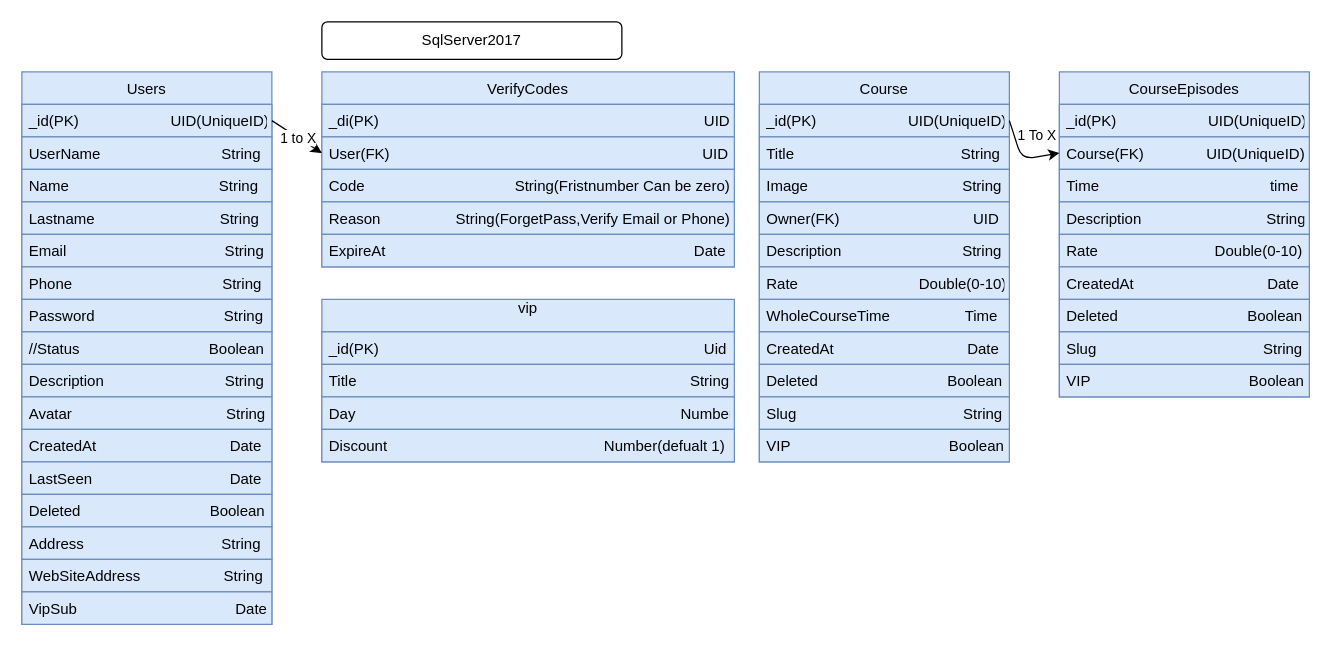
This is Untitled Diagram.drawio from rozbh/_Linked_List, a draw.io file, before an edit. Source tidied: cells renumbered, new cells numbered last; positions are measured from the earlier drawing's top-left corner, leaving out a move shared by most shapes. Both pictures are drawn from the tidied source at 125%, with x=0, y=0 at pixel (21, 21).
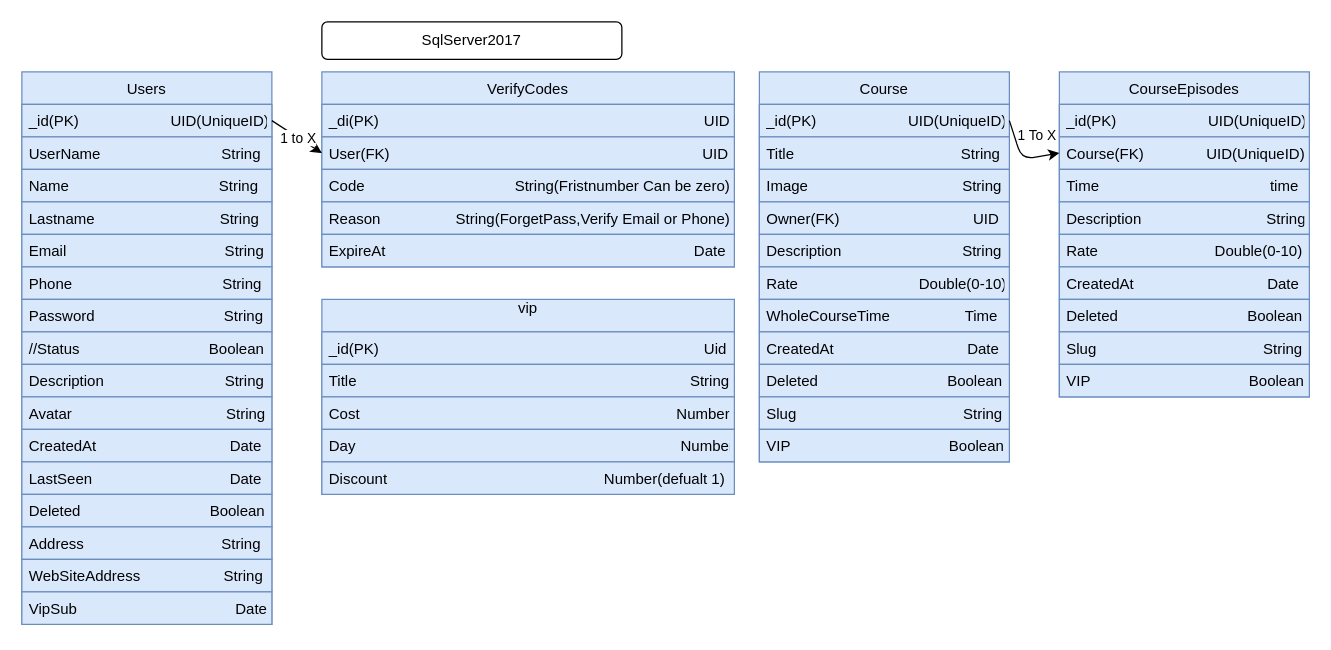
Above is the later version.

The edit, as a diff of the source:
```diff
@@
     <mxCell id="27" value="vip&#10;" style="swimlane;fontStyle=0;horizontal=1;startSize=26;fillColor=#dae8fc;strokeColor=#6c8ebf;" parent="1" vertex="1">
-      <mxGeometry x="240" y="222" width="330" height="130" as="geometry" />
+      <mxGeometry x="240" y="222" width="330" height="156" as="geometry" />
     </mxCell>
@@
+    <mxCell id="57" value="Cost                                                                            Number" style="text;fillColor=#dae8fc;align=left;verticalAlign=top;spacingLeft=4;spacingRight=4;overflow=hidden;strokeColor=#6c8ebf;" parent="27" vertex="1">
+      <mxGeometry y="78" width="330" height="26" as="geometry" />
+    </mxCell>
     <mxCell id="30" value="Day                                                                              Number" style="text;fillColor=#dae8fc;align=left;verticalAlign=top;spacingLeft=4;spacingRight=4;overflow=hidden;strokeColor=#6c8ebf;" parent="27" vertex="1">
-      <mxGeometry y="78" width="330" height="26" as="geometry" />
+      <mxGeometry y="104" width="330" height="26" as="geometry" />
     </mxCell>
     <mxCell id="31" value="Discount                                                    Number(defualt 1)" style="text;fillColor=#dae8fc;align=left;verticalAlign=top;spacingLeft=4;spacingRight=4;overflow=hidden;strokeColor=#6c8ebf;" parent="27" vertex="1">
-      <mxGeometry y="104" width="330" height="26" as="geometry" />
+      <mxGeometry y="130" width="330" height="26" as="geometry" />
     </mxCell>
```
